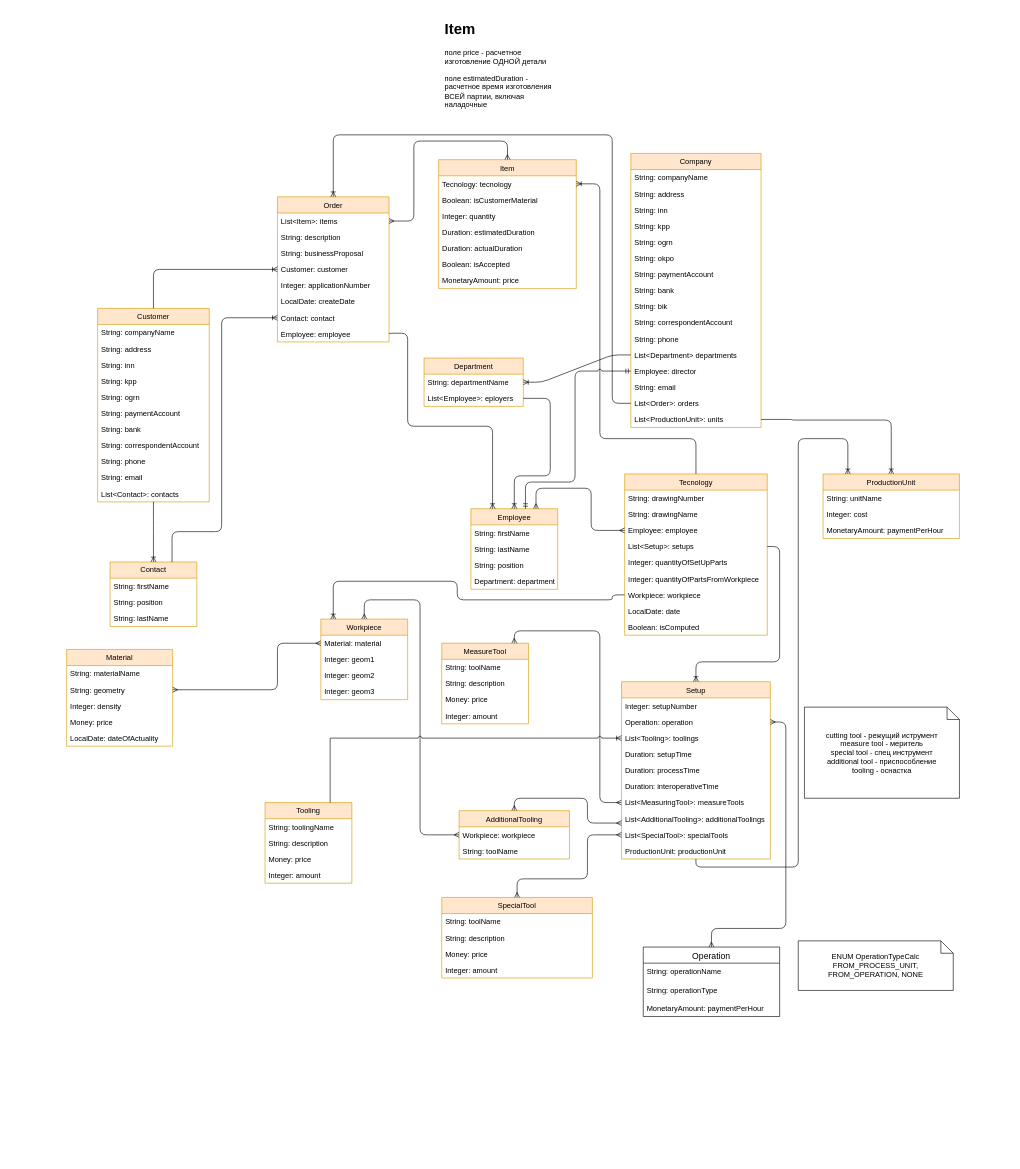
Above: erp.drawio in Shaman58/sfsb (draw.io), before the change. Source tidied: cells renumbered, new cells numbered last; positions are measured from the earlier drawing's top-left corner, leaving out a move shared by most shapes. Both pictures are drawn from the tidied source at 62%, with x=0, y=0 at pixel (66, 17).
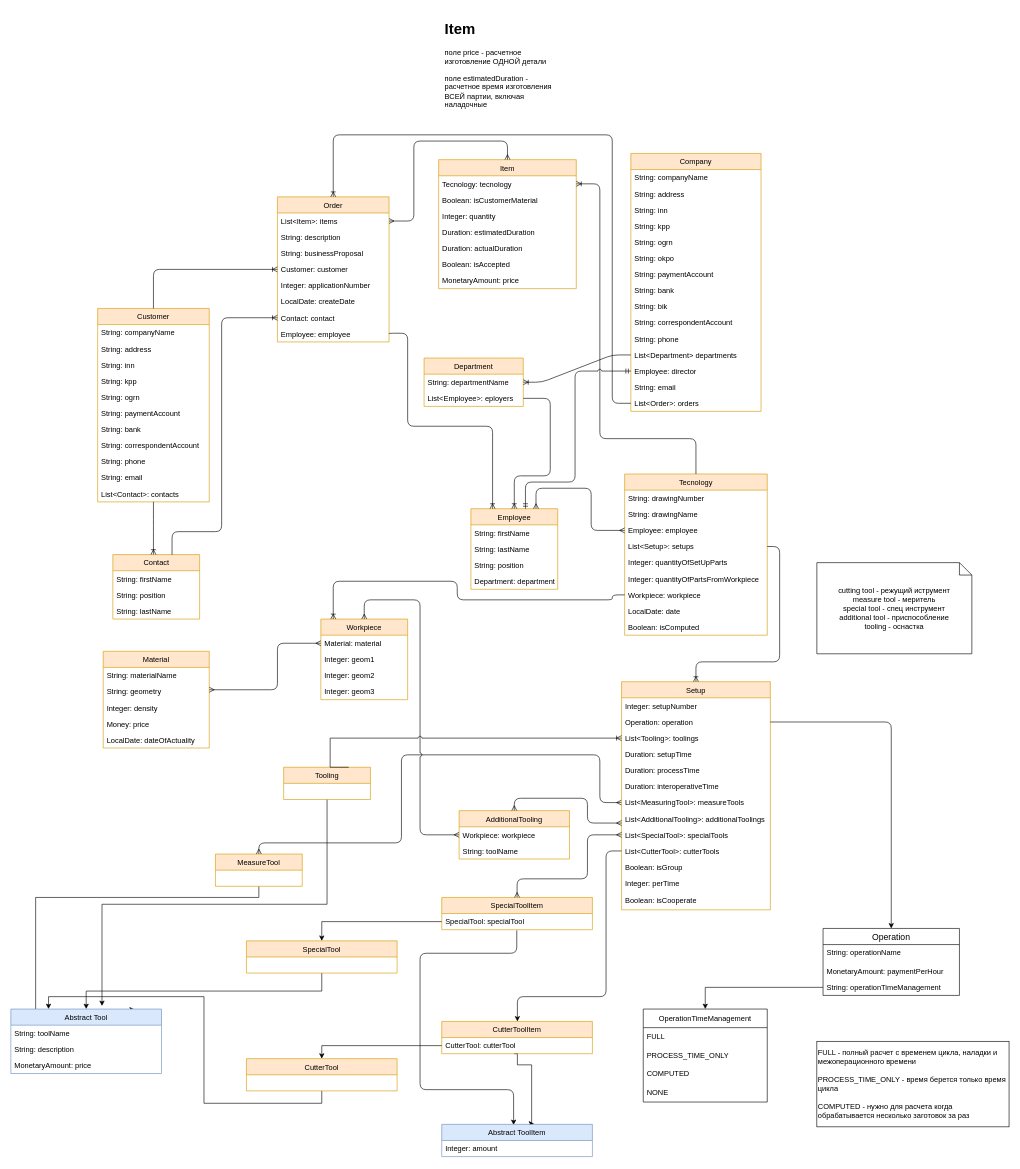
The same diagram, later.

Unchanged cells that the change refers to:
```xml
<mxCell id="80" value="Operation: operation" style="text;strokeColor=none;fillColor=none;align=left;verticalAlign=top;spacingLeft=4;spacingRight=4;overflow=hidden;points=[[0,0.5],[1,0.5]];portConstraint=eastwest;" parent="78" vertex="1">
  <mxGeometry y="52" width="240" height="26" as="geometry" />
</mxCell>
<mxCell id="85" value="List&lt;MeasuringTool&gt;: measureTools" style="text;strokeColor=none;fillColor=none;align=left;verticalAlign=top;spacingLeft=4;spacingRight=4;overflow=hidden;points=[[0,0.5],[1,0.5]];portConstraint=eastwest;glass=0;" parent="78" vertex="1">
  <mxGeometry y="182" width="240" height="26" as="geometry" />
</mxCell>
```

What changed in the source:
```diff
@@
     <mxCell id="31" value="Material" style="swimlane;fontStyle=0;horizontal=1;startSize=26;fillColor=#ffe6cc;fontSize=12;strokeColor=#d79b00;" parent="1" vertex="1">
-      <mxGeometry y="1020" width="171" height="156" as="geometry" />
+      <mxGeometry x="59" y="1023" width="171" height="156" as="geometry" />
     </mxCell>
@@
     <mxCell id="47" value="Company" style="swimlane;fontStyle=0;horizontal=1;startSize=26;fillColor=#ffe6cc;fontSize=12;strokeColor=#d79b00;" parent="1" vertex="1">
-      <mxGeometry x="910" y="220" width="210" height="442" as="geometry" />
+      <mxGeometry x="910" y="220" width="210" height="416" as="geometry" />
     </mxCell>
@@
-    <mxCell id="63" value="List&lt;ProductionUnit&gt;: units" style="text;strokeColor=none;fillColor=none;align=left;verticalAlign=top;spacingLeft=4;spacingRight=4;overflow=hidden;points=[[0,0.5],[1,0.5]];portConstraint=eastwest;" parent="47" vertex="1">
-      <mxGeometry y="416" width="210" height="26" as="geometry" />
-    </mxCell>
@@
+    <mxCell id="143" style="edgeStyle=orthogonalEdgeStyle;rounded=0;jettySize=auto;html=1;exitX=0.5;exitY=1;exitDx=0;exitDy=0;entryX=0.823;entryY=0.01;entryDx=0;entryDy=0;entryPerimeter=0;" parent="1" edge="1" source="66" target="168">
+      <mxGeometry relative="1" as="geometry">
+        <Array as="points">
+          <mxPoint x="310" y="1420" />
+          <mxPoint x="-50" y="1420" />
+          <mxPoint x="-50" y="1601" />
+        </Array>
+      </mxGeometry>
+    </mxCell>
     <mxCell id="66" value="MeasureTool" style="swimlane;fontStyle=0;horizontal=1;startSize=26;fillColor=#ffe6cc;fontSize=12;strokeColor=#d79b00;" parent="1" vertex="1">
-      <mxGeometry x="605" y="1010" width="140" height="130" as="geometry" />
+      <mxGeometry x="240" y="1350" width="140" height="52" as="geometry" />
     </mxCell>
-    <mxCell id="67" value="String: toolName" style="text;strokeColor=none;fillColor=none;align=left;verticalAlign=top;spacingLeft=4;spacingRight=4;overflow=hidden;" parent="66" vertex="1">
-      <mxGeometry y="26" width="140" height="26" as="geometry" />
-    </mxCell>
-    <mxCell id="68" value="String: description" style="text;strokeColor=none;fillColor=none;align=left;verticalAlign=top;spacingLeft=4;spacingRight=4;overflow=hidden;" parent="66" vertex="1">
-      <mxGeometry y="52" width="140" height="26" as="geometry" />
-    </mxCell>
-    <mxCell id="69" value="Money: price" style="text;strokeColor=none;fillColor=none;align=left;verticalAlign=top;spacingLeft=4;spacingRight=4;overflow=hidden;" parent="66" vertex="1">
-      <mxGeometry y="78" width="140" height="26" as="geometry" />
-    </mxCell>
-    <mxCell id="70" value="Integer: amount" style="text;strokeColor=none;fillColor=none;align=left;verticalAlign=top;spacingLeft=4;spacingRight=4;overflow=hidden;" parent="66" vertex="1">
-      <mxGeometry y="104" width="140" height="26" as="geometry" />
-    </mxCell>
     <mxCell id="71" style="edgeStyle=orthogonalEdgeStyle;fontSize=12;html=1;endArrow=ERmany;startArrow=ERmany;shadow=0;strokeColor=#000000;" parent="1" edge="1" source="85" target="66">
       <mxGeometry relative="1" as="geometry">
         <Array as="points">
           <mxPoint x="860" y="1267" />
-          <mxPoint x="860" y="990" />
-          <mxPoint x="722" y="990" />
+          <mxPoint x="860" y="1190" />
+          <mxPoint x="540" y="1190" />
+          <mxPoint x="540" y="1332" />
         </Array>
       </mxGeometry>
     </mxCell>
@@
     <mxCell id="78" value="Setup" style="swimlane;fontStyle=0;horizontal=1;startSize=26;fillColor=#ffe6cc;fontSize=12;strokeColor=#d79b00;" parent="1" vertex="1">
-      <mxGeometry x="895" y="1072" width="240" height="286" as="geometry" />
+      <mxGeometry x="895" y="1072" width="240" height="368" as="geometry" />
     </mxCell>
@@
-    <mxCell id="88" value="ProductionUnit: productionUnit" style="text;strokeColor=none;fillColor=none;align=left;verticalAlign=top;spacingLeft=4;spacingRight=4;overflow=hidden;points=[[0,0.5],[1,0.5]];portConstraint=eastwest;" parent="78" vertex="1">
-      <mxGeometry y="260" width="240" height="26" as="geometry" />
-    </mxCell>
+    <mxCell id="144" value="List&lt;CutterTool&gt;: cutterTools" style="text;strokeColor=none;fillColor=none;align=left;verticalAlign=top;spacingLeft=4;spacingRight=4;overflow=hidden;points=[[0,0.5],[1,0.5]];portConstraint=eastwest;" parent="78" vertex="1">
+      <mxGeometry y="260" width="240" height="26" as="geometry" />
+    </mxCell>
+    <mxCell id="145" value="Boolean: isGroup" style="text;strokeColor=none;fillColor=none;align=left;verticalAlign=top;spacingLeft=4;spacingRight=4;overflow=hidden;" parent="78" vertex="1">
+      <mxGeometry y="286" width="240" height="26" as="geometry" />
+    </mxCell>
+    <mxCell id="146" value="Integer: perTime" style="text;strokeColor=none;fillColor=none;align=left;verticalAlign=top;spacingLeft=4;spacingRight=4;overflow=hidden;" parent="78" vertex="1">
+      <mxGeometry y="312" width="240" height="26" as="geometry" />
+    </mxCell>
+    <mxCell id="147" value="Boolean: isCooperate" style="text;strokeColor=none;fillColor=none;align=left;verticalAlign=middle;spacingLeft=4;spacingRight=4;overflow=hidden;whiteSpace=wrap;html=1;" parent="78" vertex="1">
+      <mxGeometry y="338" width="240" height="30" as="geometry" />
+    </mxCell>
@@
+    <mxCell id="148" style="edgeStyle=orthogonalEdgeStyle;rounded=1;jettySize=auto;html=1;exitX=0.498;exitY=1.038;exitDx=0;exitDy=0;entryX=0.477;entryY=0.019;entryDx=0;entryDy=0;entryPerimeter=0;exitPerimeter=0;jumpStyle=arc;" parent="1" edge="1" source="96" target="170">
+      <mxGeometry relative="1" as="geometry">
+        <Array as="points">
+          <mxPoint x="726" y="1510" />
+          <mxPoint x="570" y="1510" />
+          <mxPoint x="570" y="1730" />
+          <mxPoint x="721" y="1730" />
+        </Array>
+      </mxGeometry>
+    </mxCell>
-    <mxCell id="95" value="SpecialTool" style="swimlane;fontStyle=0;horizontal=1;startSize=26;fillColor=#ffe6cc;fontSize=12;strokeColor=#d79b00;" parent="1" vertex="1">
-      <mxGeometry x="605" y="1420" width="243" height="130" as="geometry" />
+    <mxCell id="95" value="SpecialToolItem" style="swimlane;fontStyle=0;horizontal=1;startSize=26;fillColor=#ffe6cc;fontSize=12;strokeColor=#d79b00;" parent="1" vertex="1">
+      <mxGeometry x="605" y="1420" width="243" height="52" as="geometry" />
     </mxCell>
-    <mxCell id="96" value="String: toolName" style="text;strokeColor=none;fillColor=none;align=left;verticalAlign=top;spacingLeft=4;spacingRight=4;overflow=hidden;points=[[0,0.5],[1,0.5]];portConstraint=eastwest;" parent="95" vertex="1">
+    <mxCell id="96" value="SpecialTool: specialTool" style="text;strokeColor=none;fillColor=none;align=left;verticalAlign=top;spacingLeft=4;spacingRight=4;overflow=hidden;points=[[0,0.5],[1,0.5]];portConstraint=eastwest;" parent="95" vertex="1">
       <mxGeometry y="26" width="243" height="26" as="geometry" />
     </mxCell>
-    <mxCell id="97" value="String: description" style="text;strokeColor=none;fillColor=none;align=left;verticalAlign=top;spacingLeft=4;spacingRight=4;overflow=hidden;" parent="95" vertex="1">
-      <mxGeometry y="52" width="243" height="26" as="geometry" />
-    </mxCell>
-    <mxCell id="98" value="Money: price" style="text;strokeColor=none;fillColor=none;align=left;verticalAlign=top;spacingLeft=4;spacingRight=4;overflow=hidden;" parent="95" vertex="1">
-      <mxGeometry y="78" width="243" height="26" as="geometry" />
-    </mxCell>
-    <mxCell id="99" value="Integer: amount" style="text;strokeColor=none;fillColor=none;align=left;verticalAlign=top;spacingLeft=4;spacingRight=4;overflow=hidden;" parent="95" vertex="1">
-      <mxGeometry y="104" width="243" height="26" as="geometry" />
-    </mxCell>
@@
-    <mxCell id="103" style="edgeStyle=orthogonalEdgeStyle;fontSize=12;html=1;endArrow=ERoneToMany;shadow=0;strokeColor=#000000;exitX=1;exitY=0.5;exitDx=0;exitDy=0;entryX=0.5;entryY=0;entryDx=0;entryDy=0;" parent="1" edge="1" source="63" target="104">
-      <mxGeometry relative="1" as="geometry">
-        <Array as="points">
-          <mxPoint x="1170" y="649" />
-          <mxPoint x="1170" y="650" />
-          <mxPoint x="1330" y="650" />
-        </Array>
-      </mxGeometry>
-    </mxCell>
-    <mxCell id="104" value="ProductionUnit" style="swimlane;fontStyle=0;horizontal=1;startSize=26;fillColor=#ffe6cc;fontSize=12;strokeColor=#d79b00;" parent="1" vertex="1">
-      <mxGeometry x="1220" y="737" width="220" height="104" as="geometry" />
-    </mxCell>
-    <mxCell id="105" value="String: unitName" style="text;strokeColor=none;fillColor=none;align=left;verticalAlign=top;spacingLeft=4;spacingRight=4;overflow=hidden;" parent="104" vertex="1">
-      <mxGeometry y="26" width="220" height="26" as="geometry" />
-    </mxCell>
-    <mxCell id="106" value="Integer: cost" style="text;strokeColor=none;fillColor=none;align=left;verticalAlign=top;spacingLeft=4;spacingRight=4;overflow=hidden;" parent="104" vertex="1">
-      <mxGeometry y="52" width="220" height="26" as="geometry" />
-    </mxCell>
-    <mxCell id="107" value="MonetaryAmount: paymentPerHour" style="text;strokeColor=none;fillColor=none;align=left;verticalAlign=top;spacingLeft=4;spacingRight=4;overflow=hidden;" parent="104" vertex="1">
-      <mxGeometry y="78" width="220" height="26" as="geometry" />
-    </mxCell>
-    <mxCell id="108" style="edgeStyle=orthogonalEdgeStyle;fontSize=12;html=1;endArrow=ERoneToMany;shadow=0;strokeColor=#000000;" parent="1" edge="1" source="88" target="104">
-      <mxGeometry relative="1" as="geometry">
-        <Array as="points">
-          <mxPoint x="1180" y="1371" />
-          <mxPoint x="1180" y="680" />
-          <mxPoint x="1260" y="680" />
-        </Array>
-      </mxGeometry>
-    </mxCell>
+    <mxCell id="149" style="edgeStyle=orthogonalEdgeStyle;rounded=0;jettySize=auto;html=1;exitX=0.5;exitY=1;exitDx=0;exitDy=0;entryX=0.605;entryY=-0.048;entryDx=0;entryDy=0;entryPerimeter=0;" parent="1" edge="1" source="109" target="168">
+      <mxGeometry relative="1" as="geometry" />
+    </mxCell>
     <mxCell id="109" value="Tooling" style="swimlane;fontStyle=0;horizontal=1;startSize=26;fillColor=#ffe6cc;fontSize=12;strokeColor=#d79b00;" parent="1" vertex="1">
-      <mxGeometry x="320" y="1267" width="140" height="130" as="geometry" />
+      <mxGeometry x="350" y="1210" width="140" height="52" as="geometry" />
     </mxCell>
-    <mxCell id="110" value="String: toolingName" style="text;strokeColor=none;fillColor=none;align=left;verticalAlign=top;spacingLeft=4;spacingRight=4;overflow=hidden;" parent="109" vertex="1">
-      <mxGeometry y="26" width="140" height="26" as="geometry" />
-    </mxCell>
-    <mxCell id="111" value="String: description" style="text;strokeColor=none;fillColor=none;align=left;verticalAlign=top;spacingLeft=4;spacingRight=4;overflow=hidden;" parent="109" vertex="1">
-      <mxGeometry y="52" width="140" height="26" as="geometry" />
-    </mxCell>
-    <mxCell id="112" value="Money: price" style="text;strokeColor=none;fillColor=none;align=left;verticalAlign=top;spacingLeft=4;spacingRight=4;overflow=hidden;" parent="109" vertex="1">
-      <mxGeometry y="78" width="140" height="26" as="geometry" />
-    </mxCell>
-    <mxCell id="113" value="Integer: amount" style="text;strokeColor=none;fillColor=none;align=left;verticalAlign=top;spacingLeft=4;spacingRight=4;overflow=hidden;" parent="109" vertex="1">
-      <mxGeometry y="104" width="140" height="26" as="geometry" />
-    </mxCell>
@@
     <mxCell id="115" value="cutting tool - режущий иструмент&lt;br&gt;measure tool - меритель&lt;br&gt;special tool - спец инструмент&lt;br&gt;additional tool - приспособление&lt;br&gt;tooling - оснастка" style="shape=note;size=20;whiteSpace=wrap;html=1;" parent="1" vertex="1">
-      <mxGeometry x="1190" y="1113" width="250" height="147" as="geometry" />
+      <mxGeometry x="1210" y="880" width="250" height="147" as="geometry" />
     </mxCell>
@@
     <mxCell id="129" value="Contact" style="swimlane;fontStyle=0;horizontal=1;startSize=26;fillColor=#ffe6cc;whiteSpace=wrap;html=1;strokeColor=#d79b00;" parent="1" vertex="1">
-      <mxGeometry x="70" y="879" width="140" height="104" as="geometry" />
+      <mxGeometry x="74.5" y="867" width="140" height="104" as="geometry" />
     </mxCell>
@@
     <mxCell id="137" value="Operation" style="swimlane;fontStyle=0;horizontal=1;startSize=26;align=center;fontSize=14;" parent="1" vertex="1">
-      <mxGeometry x="930" y="1500" width="220" height="112" as="geometry" />
+      <mxGeometry x="1220" y="1470" width="220" height="108" as="geometry" />
     </mxCell>
@@
-    <mxCell id="139" value="String: operationType" style="text;strokeColor=none;fillColor=none;spacingLeft=4;spacingRight=4;overflow=hidden;fontSize=12;whiteSpace=wrap;html=1;" parent="137" vertex="1">
-      <mxGeometry y="56" width="220" height="30" as="geometry" />
-    </mxCell>
     <mxCell id="140" value="MonetaryAmount: paymentPerHour" style="text;strokeColor=none;fillColor=none;align=left;verticalAlign=top;spacingLeft=4;spacingRight=4;overflow=hidden;" parent="137" vertex="1">
-      <mxGeometry y="86" width="220" height="26" as="geometry" />
+      <mxGeometry y="56" width="220" height="26" as="geometry" />
     </mxCell>
-    <mxCell id="141" value="ENUM OperationTypeCalc&lt;br&gt;FROM_PROCESS_UNIT, FROM_OPERATION, NONE" style="shape=note;size=20;whiteSpace=wrap;html=1;" parent="1" vertex="1">
-      <mxGeometry x="1180" y="1490" width="250" height="80" as="geometry" />
-    </mxCell>
-    <mxCell id="142" style="edgeStyle=orthogonalEdgeStyle;fontSize=12;html=1;endArrow=ERmany;startArrow=ERmany;shadow=0;strokeColor=#000000;entryX=1;entryY=0.5;entryDx=0;entryDy=0;exitX=0.5;exitY=0;exitDx=0;exitDy=0;" parent="1" edge="1" source="137" target="80">
-      <mxGeometry relative="1" as="geometry">
-        <Array as="points">
-          <mxPoint x="1040" y="1470" />
-          <mxPoint x="1160" y="1470" />
-          <mxPoint x="1160" y="1137" />
-        </Array>
-      </mxGeometry>
-    </mxCell>
+    <mxCell id="150" value="String: operationTimeManagement" style="text;strokeColor=none;fillColor=none;align=left;verticalAlign=top;spacingLeft=4;spacingRight=4;overflow=hidden;points=[[0,0.5],[1,0.5]];portConstraint=eastwest;" parent="137" vertex="1">
+      <mxGeometry y="82" width="220" height="26" as="geometry" />
+    </mxCell>
+    <mxCell id="151" style="edgeStyle=orthogonalEdgeStyle;rounded=1;jettySize=auto;html=1;exitX=1;exitY=0.5;exitDx=0;exitDy=0;" parent="1" edge="1" source="80" target="137">
+      <mxGeometry relative="1" as="geometry" />
+    </mxCell>
+    <mxCell id="152" value="OperationTimeManagement" style="swimlane;fontStyle=0;horizontal=1;startSize=30;whiteSpace=wrap;html=1;" parent="1" vertex="1">
+      <mxGeometry x="930" y="1600" width="200" height="150" as="geometry" />
+    </mxCell>
+    <mxCell id="153" value="FULL" style="text;strokeColor=none;fillColor=none;align=left;verticalAlign=middle;spacingLeft=4;spacingRight=4;overflow=hidden;whiteSpace=wrap;html=1;" parent="152" vertex="1">
+      <mxGeometry y="30" width="200" height="30" as="geometry" />
+    </mxCell>
+    <mxCell id="154" value="PROCESS_TIME_ONLY" style="text;strokeColor=none;fillColor=none;align=left;verticalAlign=middle;spacingLeft=4;spacingRight=4;overflow=hidden;whiteSpace=wrap;html=1;" parent="152" vertex="1">
+      <mxGeometry y="60" width="200" height="30" as="geometry" />
+    </mxCell>
+    <mxCell id="155" value="COMPUTED" style="text;strokeColor=none;fillColor=none;align=left;verticalAlign=middle;spacingLeft=4;spacingRight=4;overflow=hidden;whiteSpace=wrap;html=1;" parent="152" vertex="1">
+      <mxGeometry y="90" width="200" height="30" as="geometry" />
+    </mxCell>
+    <mxCell id="156" value="NONE" style="text;strokeColor=none;fillColor=none;align=left;verticalAlign=middle;spacingLeft=4;spacingRight=4;overflow=hidden;whiteSpace=wrap;html=1;" parent="152" vertex="1">
+      <mxGeometry y="120" width="200" height="30" as="geometry" />
+    </mxCell>
+    <mxCell id="157" style="edgeStyle=orthogonalEdgeStyle;rounded=0;jettySize=auto;html=1;exitX=0;exitY=0.5;exitDx=0;exitDy=0;" parent="1" edge="1" source="150" target="152">
+      <mxGeometry relative="1" as="geometry" />
+    </mxCell>
+    <mxCell id="158" style="edgeStyle=orthogonalEdgeStyle;rounded=0;jettySize=auto;html=1;exitX=0.481;exitY=1;exitDx=0;exitDy=0;entryX=0.613;entryY=-0.019;entryDx=0;entryDy=0;entryPerimeter=0;exitPerimeter=0;" parent="1" edge="1" source="160" target="170">
+      <mxGeometry relative="1" as="geometry">
+        <Array as="points">
+          <mxPoint x="727" y="1672" />
+          <mxPoint x="727" y="1690" />
+          <mxPoint x="750" y="1690" />
+          <mxPoint x="750" y="1785" />
+        </Array>
+      </mxGeometry>
+    </mxCell>
+    <mxCell id="159" value="CutterToolItem" style="swimlane;fontStyle=0;horizontal=1;startSize=26;fillColor=#ffe6cc;fontSize=12;strokeColor=#d79b00;" parent="1" vertex="1">
+      <mxGeometry x="605" y="1620" width="243" height="52" as="geometry" />
+    </mxCell>
+    <mxCell id="160" value="CutterTool: cutterTool" style="text;strokeColor=none;fillColor=none;align=left;verticalAlign=top;spacingLeft=4;spacingRight=4;overflow=hidden;points=[[0,0.5],[1,0.5]];portConstraint=eastwest;" parent="159" vertex="1">
+      <mxGeometry y="26" width="243" height="26" as="geometry" />
+    </mxCell>
+    <mxCell id="161" style="edgeStyle=orthogonalEdgeStyle;rounded=1;jettySize=auto;html=1;exitX=0;exitY=0.5;exitDx=0;exitDy=0;" parent="1" edge="1" source="144" target="159">
+      <mxGeometry relative="1" as="geometry">
+        <Array as="points">
+          <mxPoint x="870" y="1345" />
+          <mxPoint x="870" y="1580" />
+          <mxPoint x="727" y="1580" />
+        </Array>
+      </mxGeometry>
+    </mxCell>
+    <mxCell id="162" style="edgeStyle=orthogonalEdgeStyle;rounded=0;jettySize=auto;html=1;exitX=0.5;exitY=1;exitDx=0;exitDy=0;" parent="1" edge="1" source="163" target="168">
+      <mxGeometry relative="1" as="geometry" />
+    </mxCell>
+    <mxCell id="163" value="SpecialTool" style="swimlane;fontStyle=0;horizontal=1;startSize=26;fillColor=#ffe6cc;fontSize=12;strokeColor=#d79b00;" parent="1" vertex="1">
+      <mxGeometry x="290" y="1490" width="243" height="52" as="geometry" />
+    </mxCell>
+    <mxCell id="164" style="edgeStyle=orthogonalEdgeStyle;rounded=0;jettySize=auto;html=1;exitX=0;exitY=0.5;exitDx=0;exitDy=0;" parent="1" edge="1" source="96" target="163">
+      <mxGeometry relative="1" as="geometry" />
+    </mxCell>
+    <mxCell id="165" style="edgeStyle=orthogonalEdgeStyle;rounded=0;jettySize=auto;html=1;exitX=0.5;exitY=1;exitDx=0;exitDy=0;entryX=0.25;entryY=0;entryDx=0;entryDy=0;" parent="1" edge="1" source="166" target="168">
+      <mxGeometry relative="1" as="geometry" />
+    </mxCell>
+    <mxCell id="166" value="CutterTool" style="swimlane;fontStyle=0;horizontal=1;startSize=26;fillColor=#ffe6cc;fontSize=12;strokeColor=#d79b00;" parent="1" vertex="1">
+      <mxGeometry x="290" y="1680" width="243" height="52" as="geometry" />
+    </mxCell>
+    <mxCell id="167" style="edgeStyle=orthogonalEdgeStyle;rounded=0;jettySize=auto;html=1;exitX=0;exitY=0.5;exitDx=0;exitDy=0;" parent="1" edge="1" source="160" target="166">
+      <mxGeometry relative="1" as="geometry" />
+    </mxCell>
+    <mxCell id="168" value="Abstract Tool" style="swimlane;fontStyle=0;horizontal=1;startSize=26;fillColor=#dae8fc;fontSize=12;strokeColor=#6c8ebf;" parent="1" vertex="1">
+      <mxGeometry x="-90" y="1600" width="243" height="104" as="geometry" />
+    </mxCell>
+    <mxCell id="67" value="String: toolName" style="text;strokeColor=none;fillColor=none;align=left;verticalAlign=top;spacingLeft=4;spacingRight=4;overflow=hidden;" parent="168" vertex="1">
+      <mxGeometry y="26" width="243" height="26" as="geometry" />
+    </mxCell>
+    <mxCell id="97" value="String: description" style="text;strokeColor=none;fillColor=none;align=left;verticalAlign=top;spacingLeft=4;spacingRight=4;overflow=hidden;" parent="168" vertex="1">
+      <mxGeometry y="52" width="243" height="26" as="geometry" />
+    </mxCell>
+    <mxCell id="169" value="MonetaryAmount: price" style="text;strokeColor=none;fillColor=none;align=left;verticalAlign=top;spacingLeft=4;spacingRight=4;overflow=hidden;" parent="168" vertex="1">
+      <mxGeometry y="78" width="243" height="26" as="geometry" />
+    </mxCell>
+    <mxCell id="170" value="Abstract ToolItem" style="swimlane;fontStyle=0;horizontal=1;startSize=26;fillColor=#dae8fc;fontSize=12;strokeColor=#6c8ebf;" parent="1" vertex="1">
+      <mxGeometry x="605" y="1786" width="243" height="52" as="geometry" />
+    </mxCell>
+    <mxCell id="171" value="Integer: amount" style="text;strokeColor=none;fillColor=none;align=left;verticalAlign=top;spacingLeft=4;spacingRight=4;overflow=hidden;" parent="170" vertex="1">
+      <mxGeometry y="26" width="243" height="26" as="geometry" />
+    </mxCell>
+    <mxCell id="172" value="FULL - полный расчет с временем цикла, наладки и межоперационного времени&lt;br&gt;&lt;br&gt;PROCESS_TIME_ONLY - время берется только время цикла&lt;br&gt;&lt;br&gt;&lt;span style=&quot;background-color: initial;&quot;&gt;COMPUTED - нужно для расчета когда обрабатывается несколько заготовок за раз&lt;/span&gt;" style="rounded=0;whiteSpace=wrap;html=1;align=left;" parent="1" vertex="1">
+      <mxGeometry x="1210" y="1652" width="310" height="138" as="geometry" />
+    </mxCell>
```
